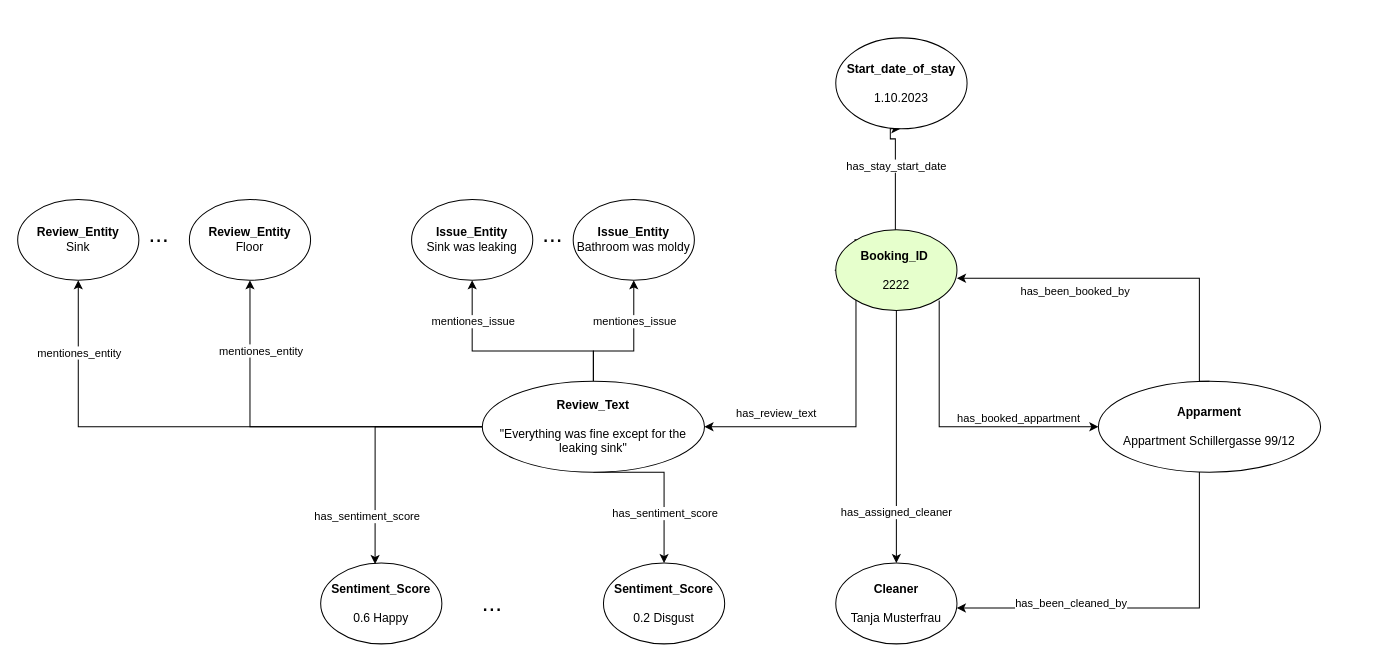
Earlier version of the draw.io diagram page "Page-1" (1 of 2) of drawings/ER_Booking.drawio (dominik-pichler/Review_me_if_you_can). Source tidied: cells renumbered, new cells numbered last; positions are measured from the earlier drawing's top-left corner, leaving out a move shared by most shapes. Both pictures are drawn from the tidied source at 101%, with x=0, y=0 at pixel (17, 37).
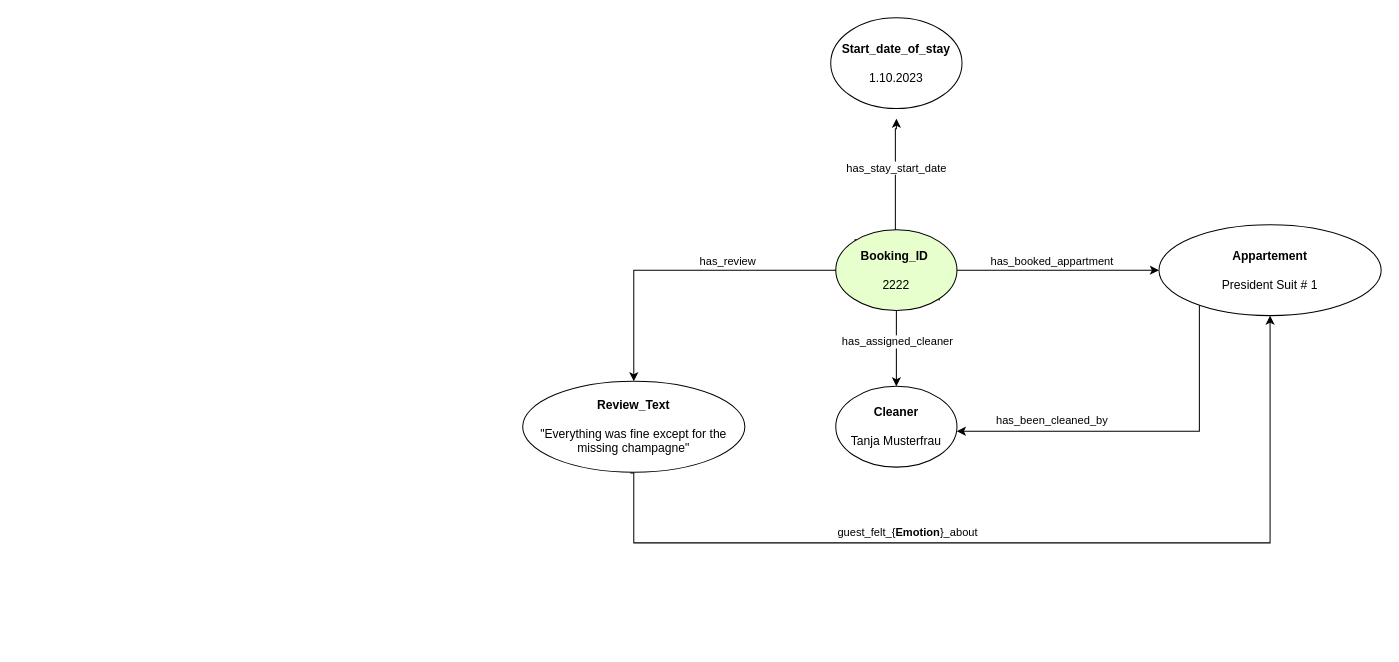
The same page after the edit.

Unchanged cells that the change refers to:
```xml
<mxCell id="21" style="edgeStyle=orthogonalEdgeStyle;rounded=0;jettySize=auto;html=1;exitX=0.5;exitY=1;exitDx=0;exitDy=0;entryX=0.5;entryY=0;entryDx=0;entryDy=0;" parent="1" edge="1" source="23" target="24">
  <mxGeometry relative="1" as="geometry" />
</mxCell>
<mxCell id="23" value="&lt;b&gt;Booking_ID&lt;/b&gt;&amp;nbsp;&lt;div&gt;&lt;br&gt;&lt;/div&gt;&lt;div&gt;2222&lt;/div&gt;" style="ellipse;whiteSpace=wrap;html=1;fillColor=#E6FFCC;" parent="1" vertex="1">
  <mxGeometry x="810" y="190" width="120" height="80" as="geometry" />
</mxCell>
```

Change to the diagram source:
```diff
@@
-    <mxCell id="2" style="edgeStyle=orthogonalEdgeStyle;rounded=0;jettySize=auto;html=1;exitX=0.5;exitY=1;exitDx=0;exitDy=0;entryX=1;entryY=0.5;entryDx=0;entryDy=0;" parent="1" edge="1" source="23" target="14">
-      <mxGeometry relative="1" as="geometry">
-        <Array as="points">
-          <mxPoint x="870" y="250" />
-          <mxPoint x="830" y="250" />
-          <mxPoint x="830" y="385" />
-        </Array>
-      </mxGeometry>
-    </mxCell>
-    <mxCell id="3" value="has_review_text" style="edgeLabel;html=1;align=center;verticalAlign=middle;" parent="2" vertex="1">
-      <mxGeometry x="0.08" y="1" relative="1" as="geometry">
-        <mxPoint x="-81" y="-5" as="offset" />
-      </mxGeometry>
-    </mxCell>
-    <mxCell id="4" style="edgeStyle=orthogonalEdgeStyle;rounded=0;orthogonalLoop=1;jettySize=auto;html=1;exitX=0;exitY=0.5;exitDx=0;exitDy=0;entryX=0.5;entryY=1;entryDx=0;entryDy=0;" parent="1" edge="1">
+    <mxCell id="4" style="edgeStyle=orthogonalEdgeStyle;rounded=0;orthogonalLoop=1;jettySize=auto;html=1;exitX=0;exitY=0.5;exitDx=0;exitDy=0;" parent="1" edge="1">
       <mxGeometry relative="1" as="geometry">
         <mxPoint x="809" y="230" as="sourcePoint" />
-        <mxPoint x="874" y="90" as="targetPoint" />
+        <mxPoint x="870" y="80" as="targetPoint" />
         <Array as="points">
           <mxPoint x="829" y="230" />
           <mxPoint x="829" y="200" />
           <mxPoint x="869" y="200" />
-          <mxPoint x="869" y="100" />
-          <mxPoint x="864" y="100" />
-          <mxPoint x="864" y="90" />
+          <mxPoint x="869" y="90" />
+          <mxPoint x="870" y="90" />
         </Array>
       </mxGeometry>
     </mxCell>
@@
     <mxCell id="6" value="&lt;b&gt;Start_date_of_stay&lt;/b&gt;&lt;div&gt;&lt;br&gt;&lt;/div&gt;&lt;div&gt;1.10.2023&lt;/div&gt;" style="ellipse;whiteSpace=wrap;html=1;" parent="1" vertex="1">
-      <mxGeometry x="810" width="130" height="90" as="geometry" />
+      <mxGeometry x="805" y="-20" width="130" height="90" as="geometry" />
     </mxCell>
-    <mxCell id="7" style="edgeStyle=orthogonalEdgeStyle;rounded=0;jettySize=auto;html=1;exitX=0.5;exitY=1;exitDx=0;exitDy=0;entryX=0.5;entryY=0;entryDx=0;entryDy=0;" parent="1" edge="1" source="14" target="18">
-      <mxGeometry relative="1" as="geometry">
-        <Array as="points">
-          <mxPoint x="640" y="430" />
-          <mxPoint x="640" y="520" />
-        </Array>
-      </mxGeometry>
-    </mxCell>
-    <mxCell id="8" value="has_sentiment_score" style="edgeLabel;html=1;align=center;verticalAlign=middle;" parent="7" vertex="1">
-      <mxGeometry x="-0.1" y="-1" relative="1" as="geometry">
-        <mxPoint x="1" y="38" as="offset" />
-      </mxGeometry>
-    </mxCell>
-    <mxCell id="9" style="edgeStyle=orthogonalEdgeStyle;rounded=0;jettySize=auto;html=1;exitX=0;exitY=0.5;exitDx=0;exitDy=0;entryX=0.5;entryY=1;entryDx=0;entryDy=0;" parent="1" edge="1" source="14" target="34">
-      <mxGeometry relative="1" as="geometry">
-        <Array as="points">
-          <mxPoint x="230" y="385" />
-        </Array>
-      </mxGeometry>
-    </mxCell>
-    <mxCell id="10" value="mentiones_entity" style="edgeLabel;html=1;align=center;verticalAlign=middle;" parent="9" vertex="1">
-      <mxGeometry x="0.4" y="1" relative="1" as="geometry">
-        <mxPoint x="11" y="-43" as="offset" />
-      </mxGeometry>
-    </mxCell>
-    <mxCell id="11" style="edgeStyle=orthogonalEdgeStyle;rounded=0;jettySize=auto;html=1;exitX=0.5;exitY=0;exitDx=0;exitDy=0;" parent="1" edge="1" source="14" target="35">
-      <mxGeometry relative="1" as="geometry">
-        <Array as="points">
-          <mxPoint x="570" y="310" />
-          <mxPoint x="450" y="310" />
-        </Array>
-      </mxGeometry>
-    </mxCell>
-    <mxCell id="12" value="mentiones_issue" style="edgeLabel;html=1;align=center;verticalAlign=middle;" parent="11" vertex="1">
-      <mxGeometry x="0.71" y="-2" relative="1" as="geometry">
-        <mxPoint x="-2" y="8" as="offset" />
-      </mxGeometry>
-    </mxCell>
-    <mxCell id="13" style="edgeStyle=orthogonalEdgeStyle;rounded=0;jettySize=auto;html=1;exitX=0.5;exitY=0;exitDx=0;exitDy=0;entryX=0.5;entryY=1;entryDx=0;entryDy=0;" parent="1" edge="1" source="14" target="37">
-      <mxGeometry relative="1" as="geometry">
-        <Array as="points">
-          <mxPoint x="570" y="310" />
-          <mxPoint x="610" y="310" />
-        </Array>
-      </mxGeometry>
-    </mxCell>
-    <mxCell id="14" value="&lt;b&gt;Review_Text&lt;/b&gt;&lt;div&gt;&lt;br&gt;&lt;/div&gt;&lt;div&gt;&quot;Everything was fine except for the leaking sink&quot;&lt;/div&gt;" style="ellipse;whiteSpace=wrap;html=1;" parent="1" vertex="1">
-      <mxGeometry x="460" y="340" width="220" height="90" as="geometry" />
+    <mxCell id="14" value="&lt;b&gt;Review_Text&lt;/b&gt;&lt;div&gt;&lt;br&gt;&lt;/div&gt;&lt;div&gt;&quot;Everything was fine except for the missing champagne&quot;&lt;/div&gt;" style="ellipse;whiteSpace=wrap;html=1;" parent="1" vertex="1">
+      <mxGeometry x="500" y="340" width="220" height="90" as="geometry" />
     </mxCell>
-    <mxCell id="15" value="&lt;b&gt;Sentiment_Score&lt;/b&gt;&lt;div&gt;&lt;br&gt;&lt;/div&gt;&lt;div&gt;0.6 Happy&lt;/div&gt;" style="ellipse;whiteSpace=wrap;html=1;" parent="1" vertex="1">
-      <mxGeometry x="300" y="520" width="120" height="80" as="geometry" />
-    </mxCell>
-    <mxCell id="16" style="edgeStyle=orthogonalEdgeStyle;rounded=0;jettySize=auto;html=1;entryX=0.449;entryY=0.012;entryDx=0;entryDy=0;entryPerimeter=0;" parent="1" edge="1" source="14" target="15">
-      <mxGeometry relative="1" as="geometry" />
-    </mxCell>
-    <mxCell id="17" value="has_sentiment_score" style="edgeLabel;html=1;align=center;verticalAlign=middle;" parent="16" vertex="1">
-      <mxGeometry x="-0.1" y="-1" relative="1" as="geometry">
-        <mxPoint x="-7" y="86" as="offset" />
-      </mxGeometry>
-    </mxCell>
-    <mxCell id="18" value="&lt;b&gt;Sentiment_Score&lt;/b&gt;&lt;div&gt;&lt;br&gt;&lt;/div&gt;&lt;div&gt;0.2 Disgust&lt;/div&gt;" style="ellipse;whiteSpace=wrap;html=1;" parent="1" vertex="1">
-      <mxGeometry x="580" y="520" width="120" height="80" as="geometry" />
-    </mxCell>
     <mxCell id="19" style="edgeStyle=orthogonalEdgeStyle;rounded=0;jettySize=auto;html=1;exitX=1;exitY=1;exitDx=0;exitDy=0;entryX=0;entryY=0.5;entryDx=0;entryDy=0;" parent="1" edge="1" target="27">
       <mxGeometry relative="1" as="geometry">
         <mxPoint x="912.4" y="260" as="sourcePoint" />
         <Array as="points">
-          <mxPoint x="912" y="385" />
+          <mxPoint x="912" y="230" />
+          <mxPoint x="1100" y="230" />
         </Array>
       </mxGeometry>
     </mxCell>
     <mxCell id="20" value="has_booked_appartment" style="edgeLabel;html=1;align=center;verticalAlign=middle;" parent="19" vertex="1">
       <mxGeometry x="-0.14" y="1" relative="1" as="geometry">
-        <mxPoint x="77" y="-6" as="offset" />
+        <mxPoint x="35" y="-9" as="offset" />
       </mxGeometry>
     </mxCell>
@@
     <mxCell id="22" value="has_assigned_cleaner" style="edgeLabel;html=1;align=center;verticalAlign=middle;" parent="21" vertex="1">
       <mxGeometry x="0.53" y="-1" relative="1" as="geometry">
-        <mxPoint y="8" as="offset" />
+        <mxPoint x="1" y="-27" as="offset" />
       </mxGeometry>
     </mxCell>
+    <mxCell id="2" style="edgeStyle=orthogonalEdgeStyle;rounded=0;jettySize=auto;html=1;exitX=0;exitY=0.5;exitDx=0;exitDy=0;entryX=0.5;entryY=0;entryDx=0;entryDy=0;" parent="1" edge="1" source="23" target="14">
+      <mxGeometry relative="1" as="geometry" />
+    </mxCell>
+    <mxCell id="40" value="has_review" style="edgeLabel;html=1;align=center;verticalAlign=middle;" parent="2" vertex="1">
+      <mxGeometry x="0.04" relative="1" as="geometry">
+        <mxPoint x="53" y="-10" as="offset" />
+      </mxGeometry>
+    </mxCell>
@@
     <mxCell id="24" value="&lt;b&gt;Cleaner&lt;/b&gt;&lt;div&gt;&lt;br&gt;&lt;/div&gt;&lt;div&gt;Tanja Musterfrau&lt;/div&gt;" style="ellipse;whiteSpace=wrap;html=1;" parent="1" vertex="1">
-      <mxGeometry x="810" y="520" width="120" height="80" as="geometry" />
+      <mxGeometry x="810" y="345" width="120" height="80" as="geometry" />
     </mxCell>
     <mxCell id="25" style="edgeStyle=orthogonalEdgeStyle;rounded=0;jettySize=auto;html=1;entryX=0.999;entryY=0.556;entryDx=0;entryDy=0;entryPerimeter=0;" parent="1" edge="1" source="27" target="24">
       <mxGeometry relative="1" as="geometry">
         <Array as="points">
-          <mxPoint x="1170" y="565" />
+          <mxPoint x="1170" y="389" />
+          <mxPoint x="930" y="389" />
         </Array>
       </mxGeometry>
     </mxCell>
     <mxCell id="26" value="has_been_cleaned_by" style="edgeLabel;html=1;align=center;verticalAlign=middle;" parent="25" vertex="1">
       <mxGeometry x="0.26" relative="1" as="geometry">
-        <mxPoint x="-26" y="-5" as="offset" />
+        <mxPoint x="-41" y="-11" as="offset" />
       </mxGeometry>
     </mxCell>
-    <mxCell id="27" value="&lt;b&gt;Apparment&lt;/b&gt;&lt;div&gt;&lt;b&gt;&lt;br&gt;&lt;/b&gt;&lt;/div&gt;&lt;div&gt;Appartment Schillergasse 99/12&lt;/div&gt;" style="ellipse;whiteSpace=wrap;html=1;" parent="1" vertex="1">
-      <mxGeometry x="1070" y="340" width="220" height="90" as="geometry" />
+    <mxCell id="27" value="&lt;b&gt;Appartement&lt;/b&gt;&lt;div&gt;&lt;b&gt;&lt;br&gt;&lt;/b&gt;&lt;/div&gt;&lt;div&gt;President Suit # 1&lt;/div&gt;" style="ellipse;whiteSpace=wrap;html=1;" parent="1" vertex="1">
+      <mxGeometry x="1130" y="185" width="220" height="90" as="geometry" />
     </mxCell>
-    <mxCell id="28" style="edgeStyle=orthogonalEdgeStyle;rounded=0;jettySize=auto;html=1;exitX=0.5;exitY=0;exitDx=0;exitDy=0;entryX=1;entryY=0.6;entryDx=0;entryDy=0;entryPerimeter=0;" parent="1" edge="1" source="27" target="23">
-      <mxGeometry relative="1" as="geometry">
-        <Array as="points">
-          <mxPoint x="1170" y="238" />
-        </Array>
-      </mxGeometry>
-    </mxCell>
-    <mxCell id="29" value="has_been_booked_by" style="edgeLabel;html=1;align=center;verticalAlign=middle;" parent="28" vertex="1">
-      <mxGeometry x="0.34" y="1" relative="1" as="geometry">
-        <mxPoint y="11" as="offset" />
-      </mxGeometry>
-    </mxCell>
-    <mxCell id="30" style="edgeStyle=orthogonalEdgeStyle;rounded=0;jettySize=auto;html=1;entryX=0.5;entryY=1;entryDx=0;entryDy=0;" parent="1" edge="1" source="14" target="32">
-      <mxGeometry relative="1" as="geometry" />
-    </mxCell>
-    <mxCell id="31" value="mentiones_entity" style="edgeLabel;html=1;align=center;verticalAlign=middle;" parent="30" vertex="1">
-      <mxGeometry x="0.53" relative="1" as="geometry">
-        <mxPoint y="-57" as="offset" />
-      </mxGeometry>
-    </mxCell>
-    <mxCell id="32" value="&lt;div&gt;&lt;b&gt;Review_Entity&lt;/b&gt;&lt;/div&gt;&lt;div&gt;Sink&lt;/div&gt;" style="ellipse;whiteSpace=wrap;html=1;" parent="1" vertex="1">
-      <mxGeometry y="160" width="120" height="80" as="geometry" />
-    </mxCell>
-    <mxCell id="33" value="&lt;font style=&quot;font-size: 24px;&quot;&gt;...&lt;/font&gt;" style="text;html=1;align=center;verticalAlign=middle;whiteSpace=wrap;rounded=0;" parent="1" vertex="1">
-      <mxGeometry x="440" y="545" width="60" height="30" as="geometry" />
-    </mxCell>
-    <mxCell id="34" value="&lt;div&gt;&lt;b&gt;Review_Entity&lt;/b&gt;&lt;/div&gt;&lt;div&gt;Floor&lt;/div&gt;" style="ellipse;whiteSpace=wrap;html=1;" parent="1" vertex="1">
-      <mxGeometry x="170" y="160" width="120" height="80" as="geometry" />
-    </mxCell>
-    <mxCell id="35" value="&lt;div&gt;&lt;b&gt;Issue_Entity&lt;/b&gt;&lt;br&gt;Sink was leaking&lt;/div&gt;" style="ellipse;whiteSpace=wrap;html=1;" parent="1" vertex="1">
-      <mxGeometry x="390" y="160" width="120" height="80" as="geometry" />
-    </mxCell>
-    <mxCell id="36" value="&lt;font style=&quot;font-size: 24px;&quot;&gt;...&lt;/font&gt;" style="text;html=1;align=center;verticalAlign=middle;whiteSpace=wrap;rounded=0;" parent="1" vertex="1">
-      <mxGeometry x="110" y="180" width="60" height="30" as="geometry" />
-    </mxCell>
-    <mxCell id="37" value="&lt;div&gt;&lt;b&gt;Issue_Entity&lt;/b&gt;&lt;br&gt;Bathroom was moldy&lt;/div&gt;" style="ellipse;whiteSpace=wrap;html=1;" parent="1" vertex="1">
-      <mxGeometry x="550" y="160" width="120" height="80" as="geometry" />
-    </mxCell>
-    <mxCell id="38" value="mentiones_issue" style="edgeLabel;html=1;align=center;verticalAlign=middle;" parent="1" vertex="1">
-      <mxGeometry x="610" y="280" as="geometry" />
-    </mxCell>
-    <mxCell id="39" value="&lt;font style=&quot;font-size: 24px;&quot;&gt;...&lt;/font&gt;" style="text;html=1;align=center;verticalAlign=middle;whiteSpace=wrap;rounded=0;" parent="1" vertex="1">
-      <mxGeometry x="500" y="180" width="60" height="30" as="geometry" />
-    </mxCell>
+    <mxCell id="41" style="edgeStyle=orthogonalEdgeStyle;rounded=0;jettySize=auto;html=1;exitX=0.484;exitY=1.01;exitDx=0;exitDy=0;entryX=0.5;entryY=1;entryDx=0;entryDy=0;exitPerimeter=0;" parent="1" edge="1" source="14" target="27">
+      <mxGeometry relative="1" as="geometry">
+        <Array as="points">
+          <mxPoint x="610" y="431" />
+          <mxPoint x="610" y="500" />
+          <mxPoint x="1240" y="500" />
+        </Array>
+      </mxGeometry>
+    </mxCell>
+    <mxCell id="42" value="guest_felt_{&lt;b&gt;Emotion&lt;/b&gt;}_about" style="edgeLabel;html=1;align=center;verticalAlign=middle;" parent="41" vertex="1">
+      <mxGeometry x="-0.07" y="2" relative="1" as="geometry">
+        <mxPoint x="-88" y="-9" as="offset" />
+      </mxGeometry>
+    </mxCell>
```
